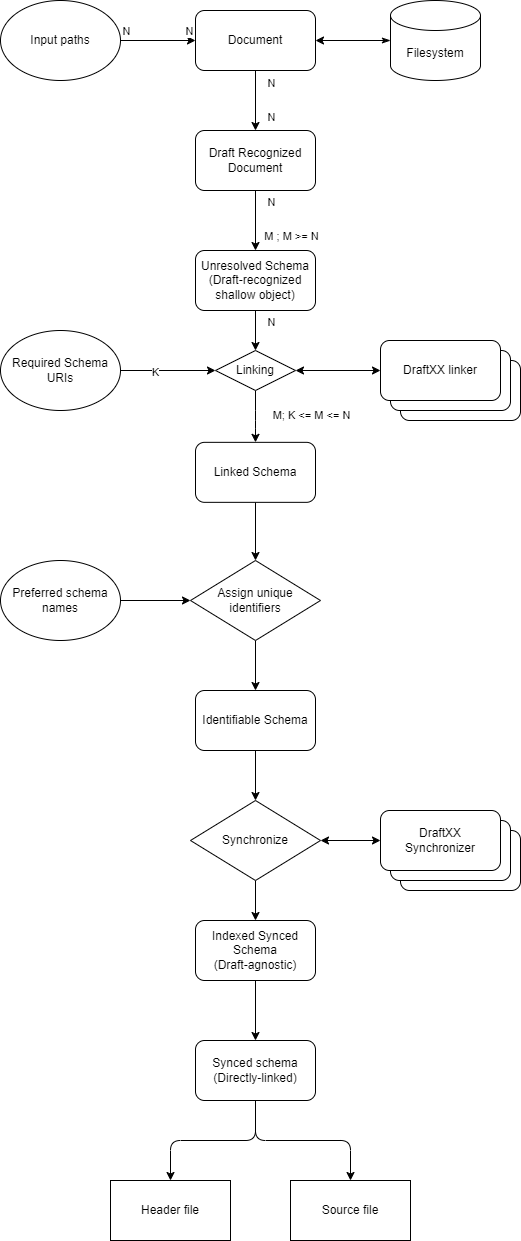
Above: docs/pipeline.drawio.png in sakars/JSOG (draw.io), before the change. Source tidied: cells renumbered, new cells last; positions are measured from the earlier drawing's top-left corner, leaving out a move shared by most shapes. Source of this version:
```xml
<mxGraphModel background="#ffffff">
  <root>
    <mxCell id="0" />
    <mxCell id="1" parent="0" />
    <mxCell id="2" style="edgeStyle=none;html=1;startArrow=none;startFill=0;endArrow=classic;endFill=1;" parent="1" edge="1" source="5" target="9">
      <mxGeometry relative="1" as="geometry" />
    </mxCell>
    <mxCell id="3" value="N" style="edgeLabel;html=1;align=center;verticalAlign=middle;" parent="2" vertex="1">
      <mxGeometry x="-0.72" y="-2" relative="1" as="geometry">
        <mxPoint x="17" y="4" as="offset" />
      </mxGeometry>
    </mxCell>
    <mxCell id="4" value="N" style="edgeLabel;html=1;align=center;verticalAlign=middle;" parent="2" vertex="1">
      <mxGeometry x="0.61" y="-1" relative="1" as="geometry">
        <mxPoint x="16" y="-2" as="offset" />
      </mxGeometry>
    </mxCell>
    <mxCell id="5" value="Document" style="rounded=1;whiteSpace=wrap;html=1;" parent="1" vertex="1">
      <mxGeometry x="195" y="10" width="120" height="60" as="geometry" />
    </mxCell>
    <mxCell id="6" style="edgeStyle=none;html=1;startArrow=none;startFill=0;endArrow=classic;endFill=1;" parent="1" edge="1" source="9" target="12">
      <mxGeometry relative="1" as="geometry" />
    </mxCell>
    <mxCell id="7" value="N" style="edgeLabel;html=1;align=center;verticalAlign=middle;" parent="6" vertex="1">
      <mxGeometry x="-0.84" y="1" relative="1" as="geometry">
        <mxPoint x="14" y="6" as="offset" />
      </mxGeometry>
    </mxCell>
    <mxCell id="8" value="M ; M &amp;gt;= N" style="edgeLabel;html=1;align=center;verticalAlign=middle;" parent="6" vertex="1">
      <mxGeometry x="0.5" y="-1" relative="1" as="geometry">
        <mxPoint x="36" as="offset" />
      </mxGeometry>
    </mxCell>
    <mxCell id="9" value="Draft Recognized Document" style="rounded=1;whiteSpace=wrap;html=1;" parent="1" vertex="1">
      <mxGeometry x="195" y="130" width="120" height="60" as="geometry" />
    </mxCell>
    <mxCell id="10" style="edgeStyle=none;html=1;exitX=0.5;exitY=1;exitDx=0;exitDy=0;entryX=0.5;entryY=0;entryDx=0;entryDy=0;startArrow=none;startFill=0;endArrow=classic;endFill=1;" parent="1" edge="1" source="12" target="24">
      <mxGeometry relative="1" as="geometry" />
    </mxCell>
    <mxCell id="11" value="N" style="edgeLabel;html=1;align=center;verticalAlign=middle;" parent="10" vertex="1">
      <mxGeometry x="-0.69" y="-1" relative="1" as="geometry">
        <mxPoint x="16" y="5" as="offset" />
      </mxGeometry>
    </mxCell>
    <mxCell id="12" value="Unresolved Schema&lt;br&gt;(Draft-recognized shallow object)" style="rounded=1;whiteSpace=wrap;html=1;" parent="1" vertex="1">
      <mxGeometry x="195" y="250" width="120" height="60" as="geometry" />
    </mxCell>
    <mxCell id="13" style="edgeStyle=orthogonalEdgeStyle;html=1;exitX=0.5;exitY=1;exitDx=0;exitDy=0;entryX=0.5;entryY=0;entryDx=0;entryDy=0;startArrow=none;startFill=0;endArrow=classic;endFill=1;" parent="1" edge="1" source="14" target="29">
      <mxGeometry relative="1" as="geometry" />
    </mxCell>
    <mxCell id="14" value="Linked Schema" style="rounded=1;whiteSpace=wrap;html=1;" parent="1" vertex="1">
      <mxGeometry x="195" y="441.8" width="120" height="60" as="geometry" />
    </mxCell>
    <mxCell id="15" style="edgeStyle=orthogonalEdgeStyle;html=1;exitX=0.5;exitY=1;exitDx=0;exitDy=0;entryX=0.5;entryY=0;entryDx=0;entryDy=0;startArrow=none;startFill=0;endArrow=classic;endFill=1;" parent="1" edge="1" source="16" target="42">
      <mxGeometry relative="1" as="geometry" />
    </mxCell>
    <mxCell id="16" value="Identifiable Schema" style="rounded=1;whiteSpace=wrap;html=1;" parent="1" vertex="1">
      <mxGeometry x="195" y="690" width="120" height="60" as="geometry" />
    </mxCell>
    <mxCell id="17" style="edgeStyle=orthogonalEdgeStyle;html=1;exitX=1;exitY=0.5;exitDx=0;exitDy=0;entryX=0;entryY=0.5;entryDx=0;entryDy=0;startArrow=none;startFill=0;endArrow=classic;endFill=1;" parent="1" edge="1" source="20" target="5">
      <mxGeometry relative="1" as="geometry" />
    </mxCell>
    <mxCell id="18" value="N" style="edgeLabel;html=1;align=center;verticalAlign=middle;" parent="17" vertex="1">
      <mxGeometry x="-0.87" y="1" relative="1" as="geometry">
        <mxPoint y="-9" as="offset" />
      </mxGeometry>
    </mxCell>
    <mxCell id="19" value="N" style="edgeLabel;html=1;align=center;verticalAlign=middle;" parent="17" vertex="1">
      <mxGeometry x="0.82" y="2" relative="1" as="geometry">
        <mxPoint y="-8" as="offset" />
      </mxGeometry>
    </mxCell>
    <mxCell id="20" value="Input paths" style="ellipse;whiteSpace=wrap;html=1;" parent="1" vertex="1">
      <mxGeometry width="120" height="80" as="geometry" />
    </mxCell>
    <mxCell id="21" style="edgeStyle=orthogonalEdgeStyle;html=1;exitX=0.5;exitY=1;exitDx=0;exitDy=0;entryX=0.5;entryY=0;entryDx=0;entryDy=0;startArrow=none;startFill=0;endArrow=classic;endFill=1;" parent="1" edge="1" source="24" target="14">
      <mxGeometry relative="1" as="geometry">
        <Array as="points">
          <mxPoint x="255" y="420" />
          <mxPoint x="255" y="420" />
        </Array>
      </mxGeometry>
    </mxCell>
    <mxCell id="22" value="M; K &amp;lt;= M &amp;lt;= N" style="edgeLabel;html=1;align=center;verticalAlign=middle;" parent="21" vertex="1">
      <mxGeometry x="0.39" y="-1" relative="1" as="geometry">
        <mxPoint x="56" y="-12" as="offset" />
      </mxGeometry>
    </mxCell>
    <mxCell id="23" style="edgeStyle=orthogonalEdgeStyle;html=1;exitX=1;exitY=0.5;exitDx=0;exitDy=0;startArrow=classic;startFill=1;endArrow=classic;endFill=1;entryX=0;entryY=0.5;entryDx=0;entryDy=0;" parent="1" edge="1" source="24" target="35">
      <mxGeometry relative="1" as="geometry" />
    </mxCell>
    <mxCell id="24" value="Linking" style="rhombus;whiteSpace=wrap;html=1;" parent="1" vertex="1">
      <mxGeometry x="215" y="350" width="80" height="40" as="geometry" />
    </mxCell>
    <mxCell id="25" style="edgeStyle=orthogonalEdgeStyle;html=1;exitX=1;exitY=0.5;exitDx=0;exitDy=0;entryX=0;entryY=0.5;entryDx=0;entryDy=0;startArrow=none;startFill=0;endArrow=classic;endFill=1;" parent="1" edge="1" source="27" target="24">
      <mxGeometry relative="1" as="geometry" />
    </mxCell>
    <mxCell id="26" value="K" style="edgeLabel;html=1;align=center;verticalAlign=middle;" parent="25" vertex="1">
      <mxGeometry x="-0.29" y="-1" relative="1" as="geometry" />
    </mxCell>
    <mxCell id="27" value="Required Schema URIs" style="ellipse;whiteSpace=wrap;html=1;" parent="1" vertex="1">
      <mxGeometry y="330" width="120" height="80" as="geometry" />
    </mxCell>
    <mxCell id="28" style="edgeStyle=orthogonalEdgeStyle;html=1;exitX=0.5;exitY=1;exitDx=0;exitDy=0;entryX=0.5;entryY=0;entryDx=0;entryDy=0;startArrow=none;startFill=0;endArrow=classic;endFill=1;" parent="1" edge="1" source="29" target="16">
      <mxGeometry relative="1" as="geometry" />
    </mxCell>
    <mxCell id="29" value="Assign unique identifiers" style="rhombus;whiteSpace=wrap;html=1;" parent="1" vertex="1">
      <mxGeometry x="190" y="560" width="130" height="80" as="geometry" />
    </mxCell>
    <mxCell id="30" style="edgeStyle=orthogonalEdgeStyle;html=1;exitX=1;exitY=0.5;exitDx=0;exitDy=0;entryX=0;entryY=0.5;entryDx=0;entryDy=0;startArrow=none;startFill=0;endArrow=classic;endFill=1;" parent="1" edge="1" source="31" target="29">
      <mxGeometry relative="1" as="geometry" />
    </mxCell>
    <mxCell id="31" value="Preferred schema names" style="ellipse;whiteSpace=wrap;html=1;" parent="1" vertex="1">
      <mxGeometry y="560" width="120" height="80" as="geometry" />
    </mxCell>
    <mxCell id="32" style="group;" parent="1" vertex="1">
      <mxGeometry x="380" y="340" width="140" height="80" as="geometry" />
    </mxCell>
    <mxCell id="33" style="rounded=1;whiteSpace=wrap;html=1;" parent="32" vertex="1">
      <mxGeometry x="20" y="20" width="120" height="60" as="geometry" />
    </mxCell>
    <mxCell id="34" style="rounded=1;whiteSpace=wrap;html=1;" parent="32" vertex="1">
      <mxGeometry x="10" y="10" width="120" height="60" as="geometry" />
    </mxCell>
    <mxCell id="35" value="DraftXX linker" style="rounded=1;whiteSpace=wrap;html=1;" parent="32" vertex="1">
      <mxGeometry width="120" height="60" as="geometry" />
    </mxCell>
    <mxCell id="36" style="edgeStyle=orthogonalEdgeStyle;html=1;exitX=0;exitY=0.5;exitDx=0;exitDy=0;exitPerimeter=0;startArrow=classicThin;startFill=1;endArrow=classic;endFill=1;" parent="1" edge="1" source="37" target="5">
      <mxGeometry relative="1" as="geometry" />
    </mxCell>
    <mxCell id="37" value="Filesystem" style="shape=cylinder3;whiteSpace=wrap;html=1;boundedLbl=1;backgroundOutline=1;size=15;" parent="1" vertex="1">
      <mxGeometry x="390" width="90" height="80" as="geometry" />
    </mxCell>
    <mxCell id="38" style="edgeStyle=orthogonalEdgeStyle;html=1;exitX=0.5;exitY=1;exitDx=0;exitDy=0;startArrow=none;startFill=0;endArrow=classic;endFill=1;" parent="1" edge="1" source="39" target="49">
      <mxGeometry relative="1" as="geometry" />
    </mxCell>
    <mxCell id="39" value="Indexed Synced Schema&lt;br&gt;(Draft-agnostic)" style="rounded=1;whiteSpace=wrap;html=1;" parent="1" vertex="1">
      <mxGeometry x="195" y="920" width="120" height="60" as="geometry" />
    </mxCell>
    <mxCell id="40" style="edgeStyle=orthogonalEdgeStyle;html=1;exitX=0.5;exitY=1;exitDx=0;exitDy=0;entryX=0.5;entryY=0;entryDx=0;entryDy=0;startArrow=none;startFill=0;endArrow=classic;endFill=1;" parent="1" edge="1" source="42" target="39">
      <mxGeometry relative="1" as="geometry" />
    </mxCell>
    <mxCell id="41" style="edgeStyle=orthogonalEdgeStyle;html=1;exitX=1;exitY=0.5;exitDx=0;exitDy=0;entryX=0;entryY=0.5;entryDx=0;entryDy=0;startArrow=classic;startFill=1;endArrow=classic;endFill=1;" parent="1" edge="1" source="42" target="46">
      <mxGeometry relative="1" as="geometry" />
    </mxCell>
    <mxCell id="42" value="Synchronize" style="rhombus;whiteSpace=wrap;html=1;" parent="1" vertex="1">
      <mxGeometry x="190" y="800" width="130" height="80" as="geometry" />
    </mxCell>
    <mxCell id="43" style="group;" parent="1" vertex="1">
      <mxGeometry x="380" y="810" width="140" height="80" as="geometry" />
    </mxCell>
    <mxCell id="44" style="rounded=1;whiteSpace=wrap;html=1;" parent="43" vertex="1">
      <mxGeometry x="20" y="20" width="120" height="60" as="geometry" />
    </mxCell>
    <mxCell id="45" style="rounded=1;whiteSpace=wrap;html=1;" parent="43" vertex="1">
      <mxGeometry x="10" y="10" width="120" height="60" as="geometry" />
    </mxCell>
    <mxCell id="46" value="DraftXX&lt;br&gt;Synchronizer" style="rounded=1;whiteSpace=wrap;html=1;" parent="43" vertex="1">
      <mxGeometry width="120" height="60" as="geometry" />
    </mxCell>
    <mxCell id="47" style="edgeStyle=orthogonalEdgeStyle;html=1;exitX=0.5;exitY=1;exitDx=0;exitDy=0;startArrow=none;startFill=0;endArrow=classic;endFill=1;" parent="1" edge="1" source="49" target="50">
      <mxGeometry relative="1" as="geometry" />
    </mxCell>
    <mxCell id="48" style="edgeStyle=orthogonalEdgeStyle;html=1;exitX=0.5;exitY=1;exitDx=0;exitDy=0;entryX=0.5;entryY=0;entryDx=0;entryDy=0;startArrow=none;startFill=0;endArrow=classic;endFill=1;" parent="1" edge="1" source="49" target="51">
      <mxGeometry relative="1" as="geometry" />
    </mxCell>
    <mxCell id="49" value="Synced schema&lt;br&gt;(Directly-linked)" style="rounded=1;whiteSpace=wrap;html=1;" parent="1" vertex="1">
      <mxGeometry x="195" y="1040" width="120" height="60" as="geometry" />
    </mxCell>
    <mxCell id="50" value="Header file" style="rounded=0;whiteSpace=wrap;html=1;" parent="1" vertex="1">
      <mxGeometry x="110" y="1180" width="120" height="60" as="geometry" />
    </mxCell>
    <mxCell id="51" value="Source file" style="rounded=0;whiteSpace=wrap;html=1;" parent="1" vertex="1">
      <mxGeometry x="290" y="1180" width="120" height="60" as="geometry" />
    </mxCell>
  </root>
</mxGraphModel>
```
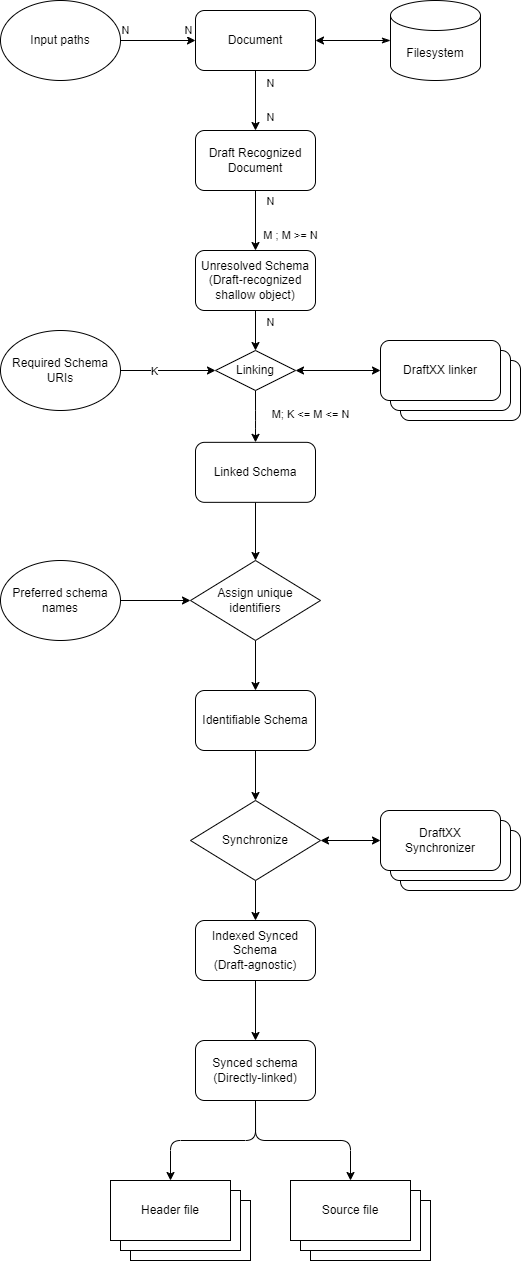
The same file after the commit.

What changed in the source:
```diff
@@ -167,11 +167,29 @@
     <mxCell id="49" value="Synced schema&lt;br&gt;(Directly-linked)" style="rounded=1;whiteSpace=wrap;html=1;" parent="1" vertex="1">
       <mxGeometry x="195" y="1040" width="120" height="60" as="geometry" />
     </mxCell>
+    <mxCell id="52" style="group;" parent="1" vertex="1">
+      <mxGeometry x="110" y="1180" width="140" height="80" as="geometry" />
+    </mxCell>
+    <mxCell id="53" value="Header file" style="rounded=0;whiteSpace=wrap;html=1;" parent="52" vertex="1">
+      <mxGeometry x="20" y="20" width="120" height="60" as="geometry" />
+    </mxCell>
+    <mxCell id="54" value="Header file" style="rounded=0;whiteSpace=wrap;html=1;" parent="52" vertex="1">
+      <mxGeometry x="10" y="10" width="120" height="60" as="geometry" />
+    </mxCell>
-    <mxCell id="50" value="Header file" style="rounded=0;whiteSpace=wrap;html=1;" parent="1" vertex="1">
-      <mxGeometry x="110" y="1180" width="120" height="60" as="geometry" />
+    <mxCell id="50" value="Header file" style="rounded=0;whiteSpace=wrap;html=1;" parent="52" vertex="1">
+      <mxGeometry width="120" height="60" as="geometry" />
     </mxCell>
+    <mxCell id="55" style="group;" parent="1" vertex="1">
+      <mxGeometry x="290" y="1180" width="140" height="80" as="geometry" />
+    </mxCell>
+    <mxCell id="56" value="Source file" style="rounded=0;whiteSpace=wrap;html=1;" parent="55" vertex="1">
+      <mxGeometry x="20" y="20" width="120" height="60" as="geometry" />
+    </mxCell>
+    <mxCell id="57" value="Source file" style="rounded=0;whiteSpace=wrap;html=1;" parent="55" vertex="1">
+      <mxGeometry x="10" y="10" width="120" height="60" as="geometry" />
+    </mxCell>
-    <mxCell id="51" value="Source file" style="rounded=0;whiteSpace=wrap;html=1;" parent="1" vertex="1">
-      <mxGeometry x="290" y="1180" width="120" height="60" as="geometry" />
+    <mxCell id="51" value="Source file" style="rounded=0;whiteSpace=wrap;html=1;" parent="55" vertex="1">
+      <mxGeometry width="120" height="60" as="geometry" />
     </mxCell>
   </root>
 </mxGraphModel>
```
